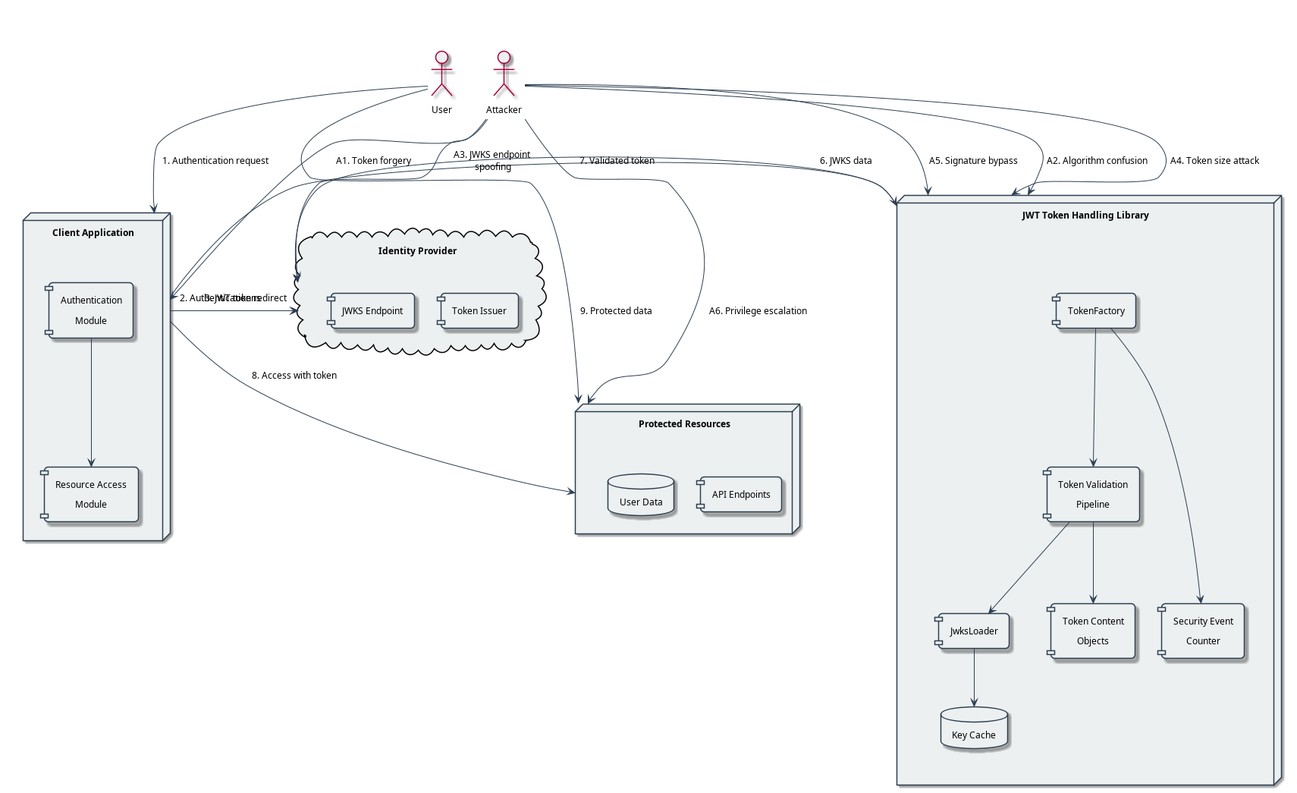
Earlier version of the PlantUML export doc/plantuml/threat-model-dataflow.png (cuioss/cui-jwt-validation). Its source is kept beside it as doc/plantuml/threat-model-dataflow.puml.
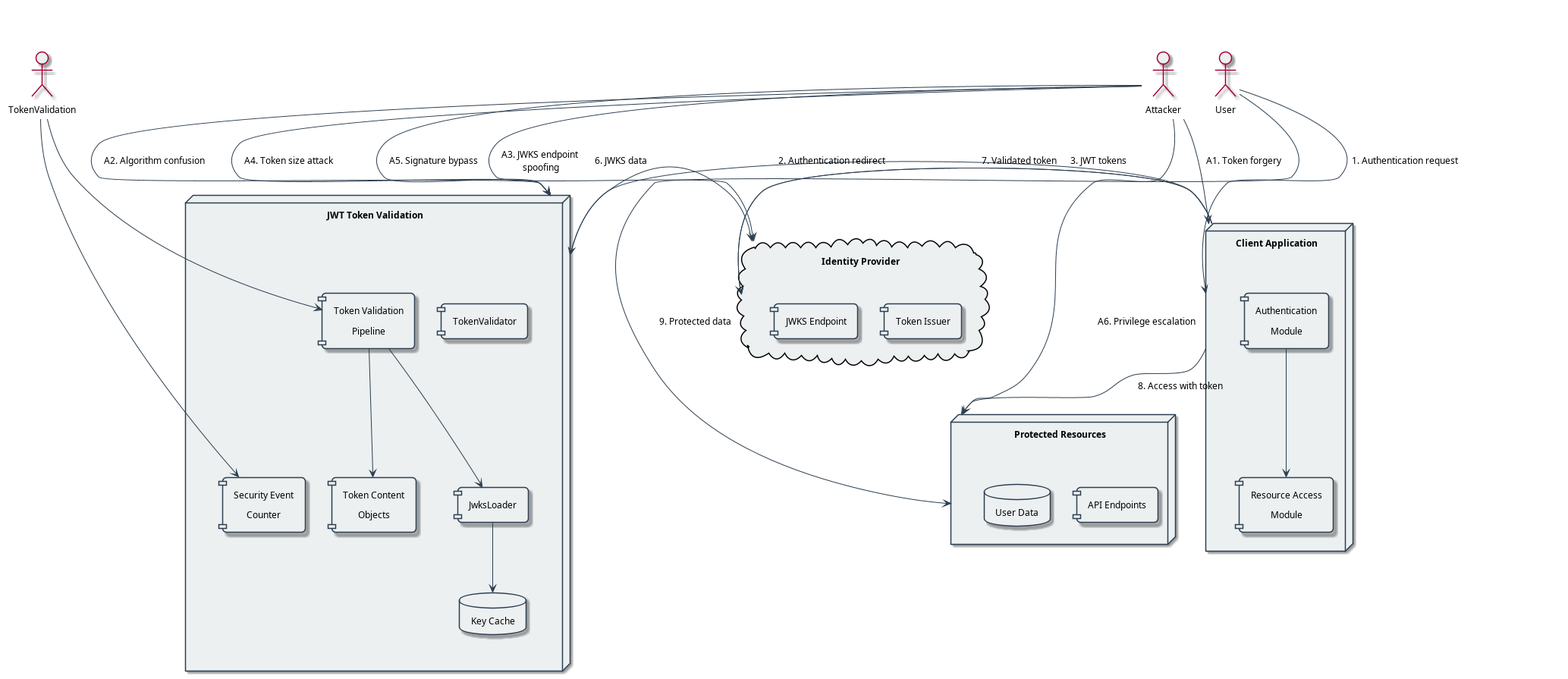
After the change.

Change to the diagram source:
```diff
@@ -11,9 +11,9 @@
   component "Resource Access\nModule" as ResourceModule
 }
 
-node "JWT Token Handling Library" as JWTLib {
+node "JWT Token Validation" as JWTLib {
   together {
-    component "TokenFactory" as TokenFactory
+    component "TokenValidator" as TokenValidator
     component "Token Validation\nPipeline" as ValidationPipeline
   }
   together {
@@ -60,10 +60,10 @@
 Attacker --> Resources : "A6. Privilege escalation"
 
 AuthModule --> ResourceModule
-TokenFactory --> ValidationPipeline
+TokenValidation --> ValidationPipeline
 ValidationPipeline --> JwksLoader
 JwksLoader --> KeyCache
 ValidationPipeline --> TokenContent
-TokenFactory --> SecurityCounter
+TokenValidation --> SecurityCounter
 
 @enduml
```
